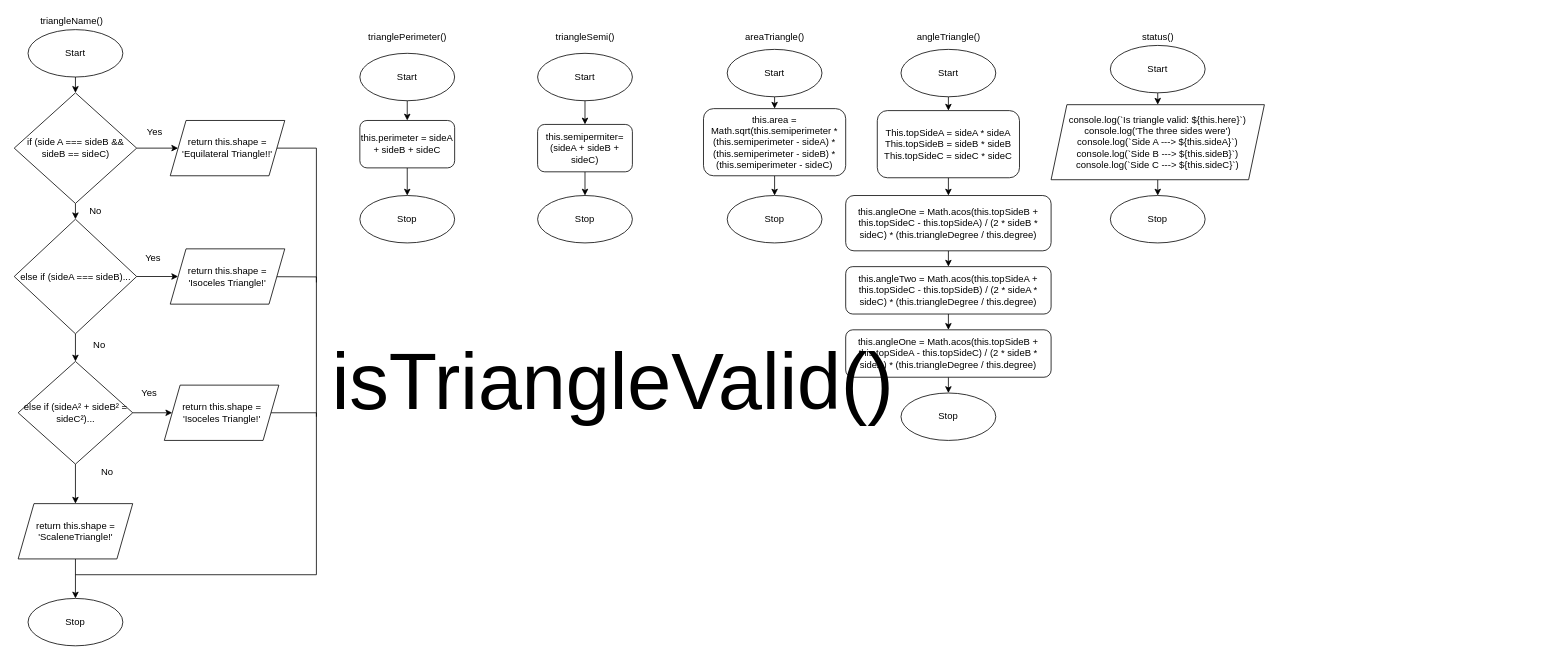
Earlier version of the draw.io diagram Drawio/Flowchart.drawio (JacksonNaufal/ics4u-assignment-3-typescript). Source tidied: cells renumbered, new cells numbered last; positions are measured from the earlier drawing's top-left corner, leaving out a move shared by most shapes. Both pictures are drawn from the tidied source at 79%, with x=0, y=0 at pixel (14, 13).
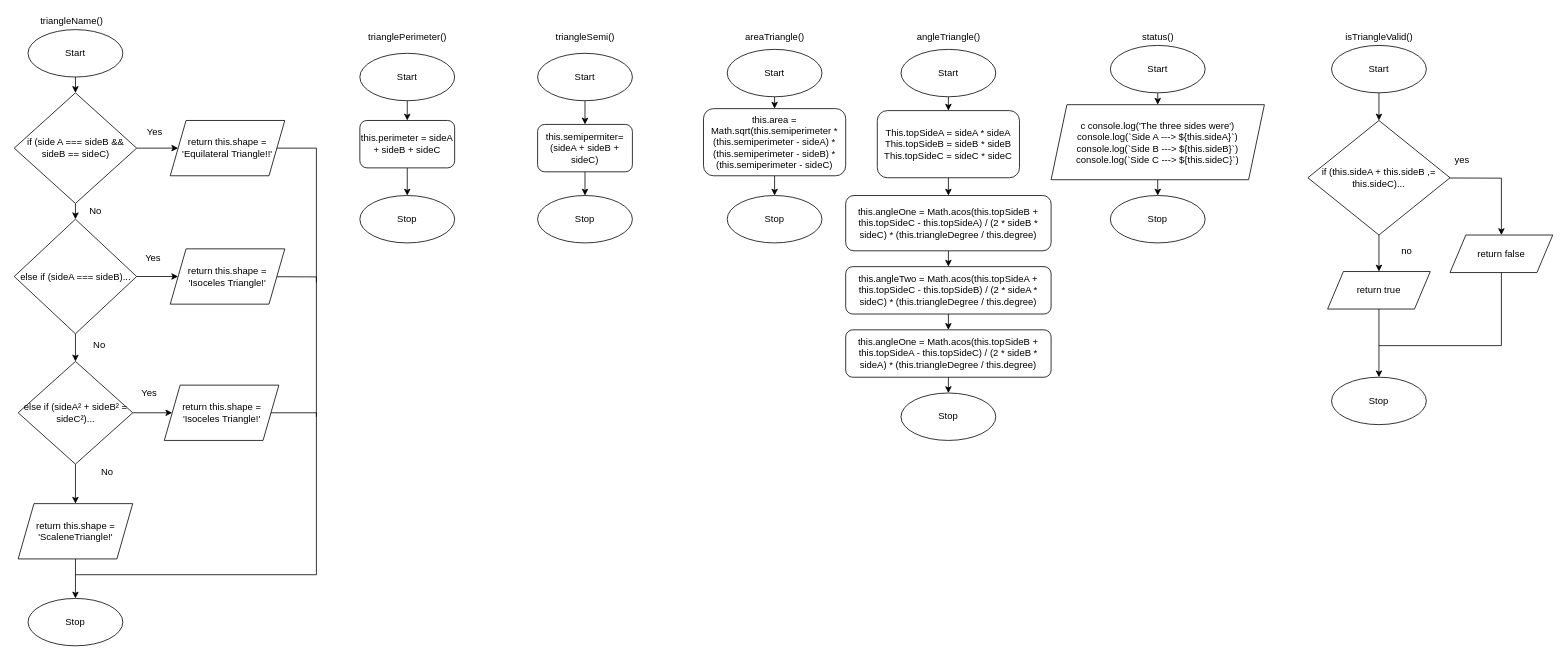
After the change.

The edit, as a diff of the source:
```diff
@@
-    <mxCell id="64" value="console.log(`Is triangle valid: ${this.here}`) console.log('The three sides were') console.log(`Side A ---&amp;gt; ${this.sideA}`) console.log(`Side B ---&amp;gt; ${this.sideB}`) console.log(`Side C ---&amp;gt; ${this.sideC}`)" style="shape=parallelogram;perimeter=parallelogramPerimeter;whiteSpace=wrap;html=1;fixedSize=1;fontFamily=Helvetica;fontSize=12;" parent="1" vertex="1">
+    <mxCell id="64" value="c console.log('The three sides were') console.log(`Side A ---&amp;gt; ${this.sideA}`) console.log(`Side B ---&amp;gt; ${this.sideB}`) console.log(`Side C ---&amp;gt; ${this.sideC}`)" style="shape=parallelogram;perimeter=parallelogramPerimeter;whiteSpace=wrap;html=1;fixedSize=1;fontFamily=Helvetica;fontSize=12;" parent="1" vertex="1">
       <mxGeometry x="1312" y="115" width="270" height="95" as="geometry" />
     </mxCell>
-    <mxCell id="65" value="&lt;font style=&quot;font-size: 100px&quot;&gt;isTriangleValid()&lt;/font&gt;" style="text;html=1;align=center;verticalAlign=middle;strokeColor=none;fillColor=none;" parent="1" vertex="1">
-      <mxGeometry x="392" y="440" width="730" height="50" as="geometry" />
+    <mxCell id="65" value="isTriangleValid()" style="text;html=1;align=center;verticalAlign=middle;strokeColor=none;fillColor=none;" parent="1" vertex="1">
+      <mxGeometry x="1677" y="20" width="100" height="20" as="geometry" />
     </mxCell>
+    <mxCell id="66" style="edgeStyle=none;html=1;entryX=0.5;entryY=0;entryDx=0;entryDy=0;" parent="1" edge="1" source="67" target="71">
+      <mxGeometry relative="1" as="geometry" />
+    </mxCell>
+    <mxCell id="67" value="Start" style="ellipse;whiteSpace=wrap;html=1;" parent="1" vertex="1">
+      <mxGeometry x="1667" y="40" width="120" height="60" as="geometry" />
+    </mxCell>
+    <mxCell id="68" value="Stop" style="ellipse;whiteSpace=wrap;html=1;" parent="1" vertex="1">
+      <mxGeometry x="1667" y="460" width="120" height="60" as="geometry" />
+    </mxCell>
+    <mxCell id="69" style="edgeStyle=none;html=1;entryX=0.5;entryY=0;entryDx=0;entryDy=0;rounded=0;" parent="1" edge="1" source="71" target="73">
+      <mxGeometry relative="1" as="geometry">
+        <Array as="points">
+          <mxPoint x="1882" y="208" />
+        </Array>
+      </mxGeometry>
+    </mxCell>
+    <mxCell id="70" style="edgeStyle=none;rounded=0;html=1;entryX=0.5;entryY=0;entryDx=0;entryDy=0;endArrow=classic;endFill=1;" parent="1" edge="1" source="71" target="75">
+      <mxGeometry relative="1" as="geometry" />
+    </mxCell>
+    <mxCell id="71" value="if (this.sideA + this.sideB ,= this.sideC)..." style="rhombus;whiteSpace=wrap;html=1;" parent="1" vertex="1">
+      <mxGeometry x="1637" y="135" width="180" height="145" as="geometry" />
+    </mxCell>
+    <mxCell id="72" style="edgeStyle=none;rounded=0;html=1;endArrow=none;endFill=0;exitX=0.5;exitY=1;exitDx=0;exitDy=0;" parent="1" edge="1" source="73">
+      <mxGeometry relative="1" as="geometry">
+        <mxPoint x="1727" y="420" as="targetPoint" />
+        <Array as="points">
+          <mxPoint x="1882" y="420" />
+        </Array>
+      </mxGeometry>
+    </mxCell>
+    <mxCell id="73" value="return false" style="shape=parallelogram;perimeter=parallelogramPerimeter;whiteSpace=wrap;html=1;fixedSize=1;fontFamily=Helvetica;fontSize=12;" parent="1" vertex="1">
+      <mxGeometry x="1817" y="280" width="130" height="47.5" as="geometry" />
+    </mxCell>
+    <mxCell id="74" style="edgeStyle=none;rounded=0;html=1;entryX=0.5;entryY=0;entryDx=0;entryDy=0;endArrow=classic;endFill=1;" parent="1" edge="1" source="75" target="68">
+      <mxGeometry relative="1" as="geometry" />
+    </mxCell>
+    <mxCell id="75" value="return true" style="shape=parallelogram;perimeter=parallelogramPerimeter;whiteSpace=wrap;html=1;fixedSize=1;fontFamily=Helvetica;fontSize=12;" parent="1" vertex="1">
+      <mxGeometry x="1662" y="326.2" width="130" height="47.5" as="geometry" />
+    </mxCell>
+    <mxCell id="76" value="yes" style="text;html=1;align=center;verticalAlign=middle;strokeColor=none;fillColor=none;" parent="1" vertex="1">
+      <mxGeometry x="1817" y="175" width="30" height="20" as="geometry" />
+    </mxCell>
+    <mxCell id="77" value="no" style="text;html=1;align=center;verticalAlign=middle;strokeColor=none;fillColor=none;" parent="1" vertex="1">
+      <mxGeometry x="1747" y="290" width="30" height="20" as="geometry" />
+    </mxCell>
```
